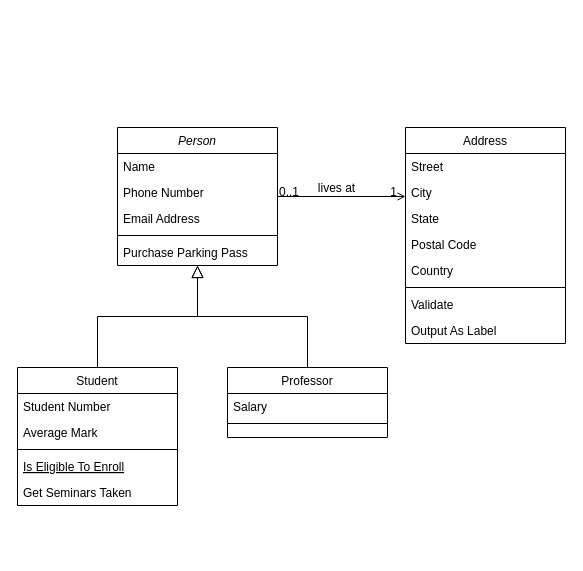
Before: page "Page-1" (1 of 2) of trabalho eng.drawio in zanellaz/javascripto, a draw.io diagram. Source tidied: cells renumbered, new cells numbered last; positions are measured from the earlier drawing's top-left corner, leaving out a move shared by most shapes. Both pictures are drawn from the tidied source at 100%, with x=0, y=0 at pixel (17, 127).
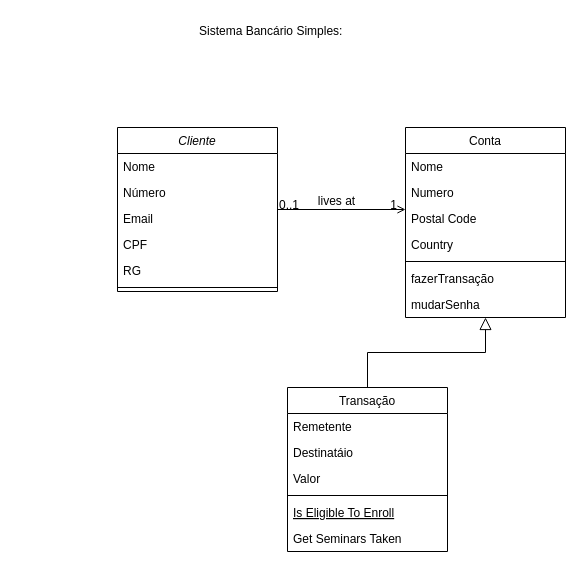
Above is the later version.

Change to the diagram source:
```diff
@@
-    <mxCell id="2" value="Person" style="swimlane;fontStyle=2;align=center;verticalAlign=top;horizontal=1;startSize=26;rounded=0;shadow=0;strokeWidth=1;" parent="1" vertex="1">
-      <mxGeometry x="100" width="160" height="138" as="geometry" />
+    <mxCell id="2" value="Cliente" style="swimlane;fontStyle=2;align=center;verticalAlign=top;horizontal=1;startSize=26;rounded=0;shadow=0;strokeWidth=1;" parent="1" vertex="1">
+      <mxGeometry x="100" width="160" height="164" as="geometry" />
     </mxCell>
-    <mxCell id="3" value="Name" style="text;align=left;verticalAlign=top;spacingLeft=4;spacingRight=4;overflow=hidden;" parent="2" vertex="1">
+    <mxCell id="3" value="Nome" style="text;align=left;verticalAlign=top;spacingLeft=4;spacingRight=4;overflow=hidden;" parent="2" vertex="1">
       <mxGeometry y="26" width="160" height="26" as="geometry" />
     </mxCell>
-    <mxCell id="4" value="Phone Number" style="text;align=left;verticalAlign=top;spacingLeft=4;spacingRight=4;overflow=hidden;rounded=0;shadow=0;html=0;" parent="2" vertex="1">
+    <mxCell id="4" value="Número    " style="text;align=left;verticalAlign=top;spacingLeft=4;spacingRight=4;overflow=hidden;rounded=0;shadow=0;html=0;" parent="2" vertex="1">
       <mxGeometry y="52" width="160" height="26" as="geometry" />
     </mxCell>
-    <mxCell id="5" value="Email Address" style="text;align=left;verticalAlign=top;spacingLeft=4;spacingRight=4;overflow=hidden;rounded=0;shadow=0;html=0;" parent="2" vertex="1">
+    <mxCell id="5" value="Email" style="text;align=left;verticalAlign=top;spacingLeft=4;spacingRight=4;overflow=hidden;rounded=0;shadow=0;html=0;" parent="2" vertex="1">
       <mxGeometry y="78" width="160" height="26" as="geometry" />
     </mxCell>
+    <mxCell id="32" value="CPF" style="text;align=left;verticalAlign=top;spacingLeft=4;spacingRight=4;overflow=hidden;rounded=0;shadow=0;html=0;" parent="2" vertex="1">
+      <mxGeometry y="104" width="160" height="26" as="geometry" />
+    </mxCell>
+    <mxCell id="33" value="RG" style="text;align=left;verticalAlign=top;spacingLeft=4;spacingRight=4;overflow=hidden;rounded=0;shadow=0;html=0;" parent="2" vertex="1">
+      <mxGeometry y="130" width="160" height="26" as="geometry" />
+    </mxCell>
     <mxCell id="6" style="line;html=1;strokeWidth=1;align=left;verticalAlign=middle;spacingTop=-1;spacingLeft=3;spacingRight=3;labelPosition=right;" parent="2" vertex="1">
-      <mxGeometry y="104" width="160" height="8" as="geometry" />
+      <mxGeometry y="156" width="160" height="8" as="geometry" />
     </mxCell>
-    <mxCell id="7" value="Purchase Parking Pass" style="text;align=left;verticalAlign=top;spacingLeft=4;spacingRight=4;overflow=hidden;" parent="2" vertex="1">
-      <mxGeometry y="112" width="160" height="26" as="geometry" />
-    </mxCell>
-    <mxCell id="8" value="Student" style="swimlane;fontStyle=0;align=center;verticalAlign=top;horizontal=1;startSize=26;rounded=0;shadow=0;strokeWidth=1;" parent="1" vertex="1">
-      <mxGeometry y="240" width="160" height="138" as="geometry" />
+    <mxCell id="8" value="Transação" style="swimlane;fontStyle=0;align=center;verticalAlign=top;horizontal=1;startSize=26;rounded=0;shadow=0;strokeWidth=1;" parent="1" vertex="1">
+      <mxGeometry x="270" y="260" width="160" height="164" as="geometry" />
     </mxCell>
-    <mxCell id="9" value="Student Number" style="text;align=left;verticalAlign=top;spacingLeft=4;spacingRight=4;overflow=hidden;" parent="8" vertex="1">
+    <mxCell id="9" value="Remetente" style="text;align=left;verticalAlign=top;spacingLeft=4;spacingRight=4;overflow=hidden;" parent="8" vertex="1">
       <mxGeometry y="26" width="160" height="26" as="geometry" />
     </mxCell>
-    <mxCell id="10" value="Average Mark" style="text;align=left;verticalAlign=top;spacingLeft=4;spacingRight=4;overflow=hidden;rounded=0;shadow=0;html=0;" parent="8" vertex="1">
+    <mxCell id="10" value="Destinatáio" style="text;align=left;verticalAlign=top;spacingLeft=4;spacingRight=4;overflow=hidden;rounded=0;shadow=0;html=0;" parent="8" vertex="1">
       <mxGeometry y="52" width="160" height="26" as="geometry" />
     </mxCell>
+    <mxCell id="34" value="Valor" style="text;align=left;verticalAlign=top;spacingLeft=4;spacingRight=4;overflow=hidden;rounded=0;shadow=0;html=0;" parent="8" vertex="1">
+      <mxGeometry y="78" width="160" height="26" as="geometry" />
+    </mxCell>
     <mxCell id="11" style="line;html=1;strokeWidth=1;align=left;verticalAlign=middle;spacingTop=-1;spacingLeft=3;spacingRight=3;labelPosition=right;" parent="8" vertex="1">
-      <mxGeometry y="78" width="160" height="8" as="geometry" />
+      <mxGeometry y="104" width="160" height="8" as="geometry" />
     </mxCell>
     <mxCell id="12" value="Is Eligible To Enroll" style="text;align=left;verticalAlign=top;spacingLeft=4;spacingRight=4;overflow=hidden;fontStyle=4;" parent="8" vertex="1">
-      <mxGeometry y="86" width="160" height="26" as="geometry" />
+      <mxGeometry y="112" width="160" height="26" as="geometry" />
     </mxCell>
     <mxCell id="13" value="Get Seminars Taken" style="text;align=left;verticalAlign=top;spacingLeft=4;spacingRight=4;overflow=hidden;" parent="8" vertex="1">
-      <mxGeometry y="112" width="160" height="26" as="geometry" />
+      <mxGeometry y="138" width="160" height="26" as="geometry" />
     </mxCell>
-    <mxCell id="14" style="endArrow=block;endSize=10;endFill=0;shadow=0;strokeWidth=1;rounded=0;edgeStyle=elbowEdgeStyle;elbow=vertical;" parent="1" edge="1" source="8" target="2">
+    <mxCell id="14" style="endArrow=block;endSize=10;endFill=0;shadow=0;strokeWidth=1;rounded=0;edgeStyle=elbowEdgeStyle;elbow=vertical;entryX=0.5;entryY=1;entryDx=0;entryDy=0;" parent="1" edge="1" source="8" target="19">
       <mxGeometry relative="1" as="geometry" />
     </mxCell>
-    <mxCell id="15" value="Professor" style="swimlane;fontStyle=0;align=center;verticalAlign=top;horizontal=1;startSize=26;rounded=0;shadow=0;strokeWidth=1;" parent="1" vertex="1">
-      <mxGeometry x="210" y="240" width="160" height="70" as="geometry" />
-    </mxCell>
-    <mxCell id="16" value="Salary" style="text;align=left;verticalAlign=top;spacingLeft=4;spacingRight=4;overflow=hidden;" parent="15" vertex="1">
-      <mxGeometry y="26" width="160" height="26" as="geometry" />
-    </mxCell>
-    <mxCell id="17" style="line;html=1;strokeWidth=1;align=left;verticalAlign=middle;spacingTop=-1;spacingLeft=3;spacingRight=3;labelPosition=right;" parent="15" vertex="1">
-      <mxGeometry y="52" width="160" height="8" as="geometry" />
-    </mxCell>
-    <mxCell id="18" style="endArrow=block;endSize=10;endFill=0;shadow=0;strokeWidth=1;rounded=0;edgeStyle=elbowEdgeStyle;elbow=vertical;" parent="1" edge="1" source="15" target="2">
-      <mxGeometry relative="1" as="geometry" />
-    </mxCell>
-    <mxCell id="19" value="Address" style="swimlane;fontStyle=0;align=center;verticalAlign=top;horizontal=1;startSize=26;rounded=0;shadow=0;strokeWidth=1;" parent="1" vertex="1">
-      <mxGeometry x="388" width="160" height="216" as="geometry" />
+    <mxCell id="19" value="Conta" style="swimlane;fontStyle=0;align=center;verticalAlign=top;horizontal=1;startSize=26;rounded=0;shadow=0;strokeWidth=1;" parent="1" vertex="1">
+      <mxGeometry x="388" width="160" height="190" as="geometry" />
     </mxCell>
-    <mxCell id="20" value="Street" style="text;align=left;verticalAlign=top;spacingLeft=4;spacingRight=4;overflow=hidden;" parent="19" vertex="1">
+    <mxCell id="20" value="Nome" style="text;align=left;verticalAlign=top;spacingLeft=4;spacingRight=4;overflow=hidden;" parent="19" vertex="1">
       <mxGeometry y="26" width="160" height="26" as="geometry" />
     </mxCell>
-    <mxCell id="21" value="City" style="text;align=left;verticalAlign=top;spacingLeft=4;spacingRight=4;overflow=hidden;rounded=0;shadow=0;html=0;" parent="19" vertex="1">
-      <mxGeometry y="52" width="160" height="26" as="geometry" />
-    </mxCell>
-    <mxCell id="22" value="State" style="text;align=left;verticalAlign=top;spacingLeft=4;spacingRight=4;overflow=hidden;rounded=0;shadow=0;html=0;" parent="19" vertex="1">
-      <mxGeometry y="78" width="160" height="26" as="geometry" />
+    <mxCell id="22" value="Numero" style="text;align=left;verticalAlign=top;spacingLeft=4;spacingRight=4;overflow=hidden;rounded=0;shadow=0;html=0;" parent="19" vertex="1">
+      <mxGeometry y="52" width="160" height="26" as="geometry" />
     </mxCell>
     <mxCell id="23" value="Postal Code" style="text;align=left;verticalAlign=top;spacingLeft=4;spacingRight=4;overflow=hidden;rounded=0;shadow=0;html=0;" parent="19" vertex="1">
-      <mxGeometry y="104" width="160" height="26" as="geometry" />
+      <mxGeometry y="78" width="160" height="26" as="geometry" />
     </mxCell>
     <mxCell id="24" value="Country" style="text;align=left;verticalAlign=top;spacingLeft=4;spacingRight=4;overflow=hidden;rounded=0;shadow=0;html=0;" parent="19" vertex="1">
-      <mxGeometry y="130" width="160" height="26" as="geometry" />
+      <mxGeometry y="104" width="160" height="26" as="geometry" />
     </mxCell>
     <mxCell id="25" style="line;html=1;strokeWidth=1;align=left;verticalAlign=middle;spacingTop=-1;spacingLeft=3;spacingRight=3;labelPosition=right;" parent="19" vertex="1">
-      <mxGeometry y="156" width="160" height="8" as="geometry" />
+      <mxGeometry y="130" width="160" height="8" as="geometry" />
     </mxCell>
-    <mxCell id="26" value="Validate" style="text;align=left;verticalAlign=top;spacingLeft=4;spacingRight=4;overflow=hidden;" parent="19" vertex="1">
-      <mxGeometry y="164" width="160" height="26" as="geometry" />
+    <mxCell id="26" value="fazerTransação" style="text;align=left;verticalAlign=top;spacingLeft=4;spacingRight=4;overflow=hidden;" parent="19" vertex="1">
+      <mxGeometry y="138" width="160" height="26" as="geometry" />
     </mxCell>
-    <mxCell id="27" value="Output As Label" style="text;align=left;verticalAlign=top;spacingLeft=4;spacingRight=4;overflow=hidden;" parent="19" vertex="1">
-      <mxGeometry y="190" width="160" height="26" as="geometry" />
+    <mxCell id="27" value="mudarSenha" style="text;align=left;verticalAlign=top;spacingLeft=4;spacingRight=4;overflow=hidden;" parent="19" vertex="1">
+      <mxGeometry y="164" width="160" height="26" as="geometry" />
     </mxCell>
@@
+    <mxCell id="35" value="Sistema Bancário Simples:" style="text;whiteSpace=wrap;html=1;" parent="1" vertex="1">
+      <mxGeometry x="180" y="-110" width="180" height="40" as="geometry" />
+    </mxCell>
```
